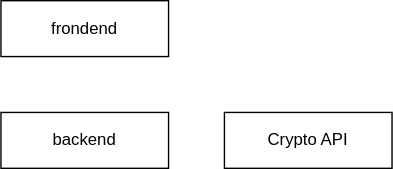
The draw.io diagram architecture/architecture.svg in costigator/cryptostats, before a commit. Source tidied: cells renumbered, new cells last; positions are measured from the earlier drawing's top-left corner, leaving out a move shared by most shapes. Source of this version:
```xml
<mxGraphModel>
  <root>
    <mxCell id="0" />
    <mxCell id="1" parent="0" />
    <mxCell id="2" value="frondend" style="rounded=0;whiteSpace=wrap;html=1;" parent="1" vertex="1">
      <mxGeometry width="120" height="40" as="geometry" />
    </mxCell>
    <mxCell id="3" style="edgeStyle=orthogonalEdgeStyle;rounded=0;orthogonalLoop=1;jettySize=auto;html=1;exitX=0.5;exitY=1;exitDx=0;exitDy=0;" parent="1" edge="1" source="2" target="2">
      <mxGeometry relative="1" as="geometry" />
    </mxCell>
    <mxCell id="4" value="backend" style="rounded=0;whiteSpace=wrap;html=1;" parent="1" vertex="1">
      <mxGeometry y="80" width="120" height="40" as="geometry" />
    </mxCell>
    <mxCell id="5" value="Crypto API" style="rounded=0;whiteSpace=wrap;html=1;" parent="1" vertex="1">
      <mxGeometry x="160" y="80" width="120" height="40" as="geometry" />
    </mxCell>
  </root>
</mxGraphModel>
```
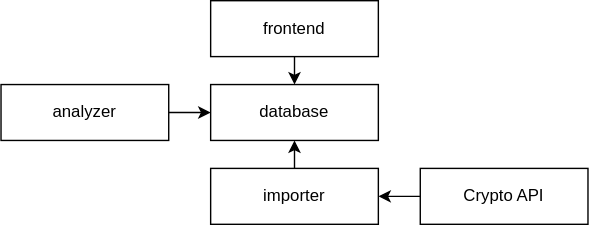
After the commit.

The edit, as a diff of the source:
```diff
@@ -2,17 +2,35 @@
   <root>
     <mxCell id="0" />
     <mxCell id="1" parent="0" />
+    <mxCell id="6" style="edgeStyle=orthogonalEdgeStyle;rounded=0;jettySize=auto;html=1;exitX=0.5;exitY=1;exitDx=0;exitDy=0;entryX=0.5;entryY=0;entryDx=0;entryDy=0;" parent="1" edge="1" source="2" target="9">
+      <mxGeometry relative="1" as="geometry" />
+    </mxCell>
-    <mxCell id="2" value="frondend" style="rounded=0;whiteSpace=wrap;html=1;" parent="1" vertex="1">
+    <mxCell id="2" value="frontend" style="rounded=0;whiteSpace=wrap;html=1;" parent="1" vertex="1">
       <mxGeometry width="120" height="40" as="geometry" />
     </mxCell>
     <mxCell id="3" style="edgeStyle=orthogonalEdgeStyle;rounded=0;orthogonalLoop=1;jettySize=auto;html=1;exitX=0.5;exitY=1;exitDx=0;exitDy=0;" parent="1" edge="1" source="2" target="2">
       <mxGeometry relative="1" as="geometry" />
     </mxCell>
+    <mxCell id="7" style="edgeStyle=orthogonalEdgeStyle;rounded=0;jettySize=auto;html=1;exitX=0.5;exitY=0;exitDx=0;exitDy=0;entryX=0.5;entryY=1;entryDx=0;entryDy=0;" parent="1" edge="1" source="4" target="9">
+      <mxGeometry relative="1" as="geometry" />
+    </mxCell>
-    <mxCell id="4" value="backend" style="rounded=0;whiteSpace=wrap;html=1;" parent="1" vertex="1">
-      <mxGeometry y="80" width="120" height="40" as="geometry" />
+    <mxCell id="4" value="importer" style="rounded=0;whiteSpace=wrap;html=1;" parent="1" vertex="1">
+      <mxGeometry y="120" width="120" height="40" as="geometry" />
     </mxCell>
+    <mxCell id="8" style="edgeStyle=orthogonalEdgeStyle;rounded=0;jettySize=auto;html=1;entryX=1;entryY=0.5;entryDx=0;entryDy=0;" parent="1" edge="1" source="5" target="4">
+      <mxGeometry relative="1" as="geometry" />
+    </mxCell>
     <mxCell id="5" value="Crypto API" style="rounded=0;whiteSpace=wrap;html=1;" parent="1" vertex="1">
-      <mxGeometry x="160" y="80" width="120" height="40" as="geometry" />
+      <mxGeometry x="150" y="120" width="120" height="40" as="geometry" />
     </mxCell>
+    <mxCell id="9" value="database" style="rounded=0;whiteSpace=wrap;html=1;" parent="1" vertex="1">
+      <mxGeometry y="60" width="120" height="40" as="geometry" />
+    </mxCell>
+    <mxCell id="10" style="edgeStyle=orthogonalEdgeStyle;rounded=0;jettySize=auto;html=1;" parent="1" edge="1" source="11" target="9">
+      <mxGeometry relative="1" as="geometry" />
+    </mxCell>
+    <mxCell id="11" value="analyzer" style="rounded=0;whiteSpace=wrap;html=1;" parent="1" vertex="1">
+      <mxGeometry x="-150" y="60" width="120" height="40" as="geometry" />
+    </mxCell>
   </root>
 </mxGraphModel>
```
